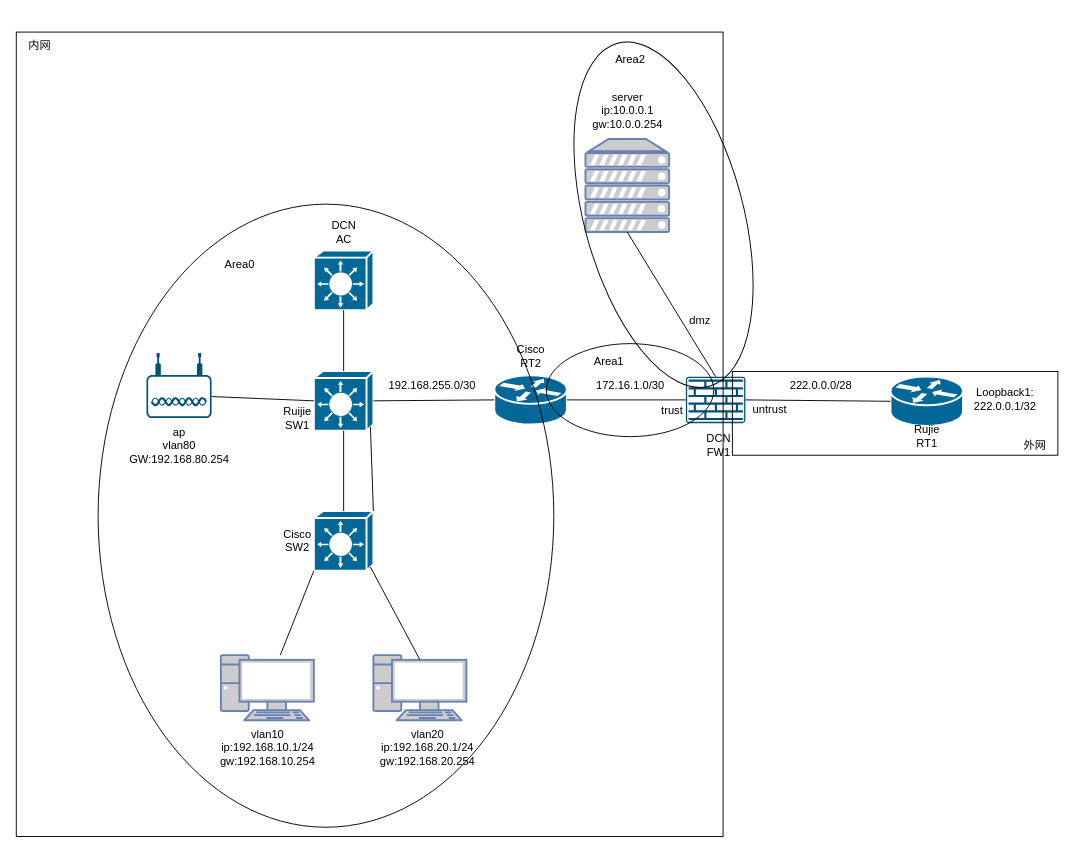
Earlier version of the draw.io diagram Network/top3.drawio (Naruterador/Networkt_topology). Source tidied: cells renumbered, new cells numbered last; positions are measured from the earlier drawing's top-left corner, leaving out a move shared by most shapes. Both pictures are drawn from the tidied source at 93%, with x=0, y=0 at pixel (16, 32).
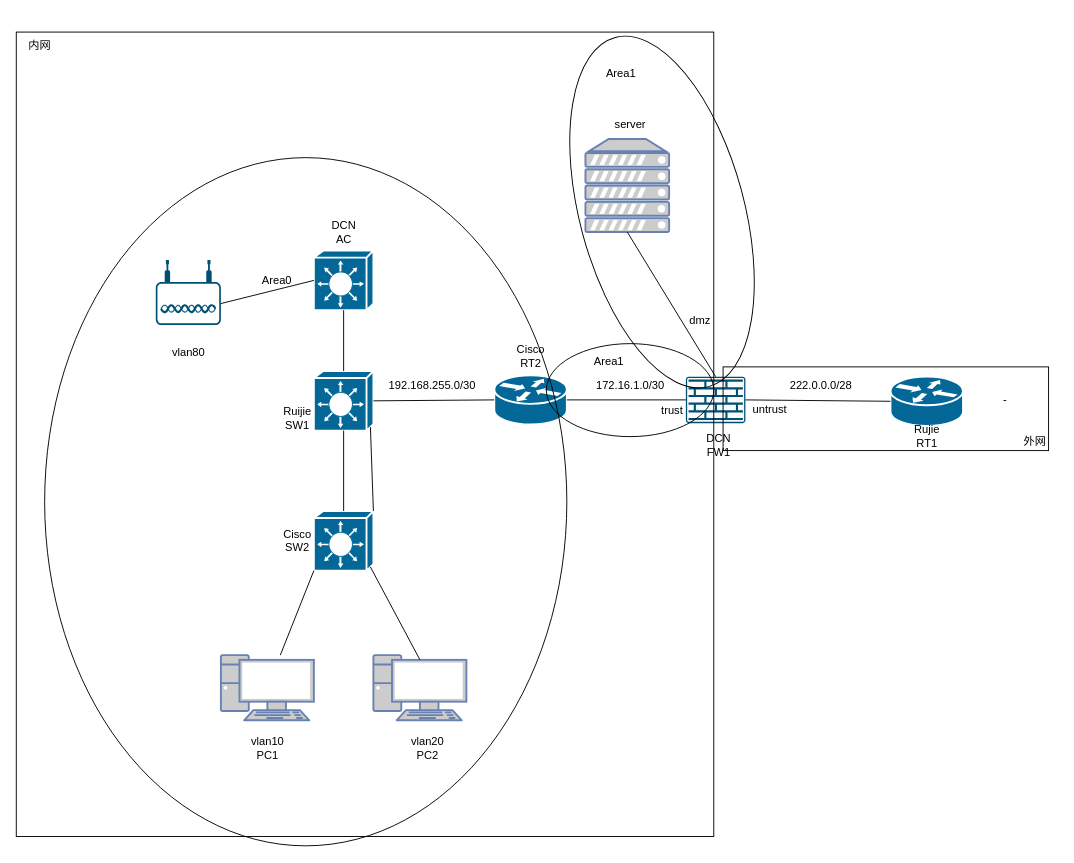
The same diagram, later.

The change refers to these unchanged cells:
```xml
<mxCell id="3" style="shape=mxgraph.cisco.switches.layer_3_switch;sketch=0;html=1;dashed=0;fillColor=#036897;strokeColor=#ffffff;strokeWidth=2;verticalLabelPosition=bottom;verticalAlign=top;align=center;outlineConnect=0;" parent="1" vertex="1">
  <mxGeometry x="320" y="364.5" width="64" height="64" as="geometry" />
</mxCell>
<mxCell id="4" style="shape=mxgraph.cisco.switches.layer_3_switch;sketch=0;html=1;dashed=0;fillColor=#036897;strokeColor=#ffffff;strokeWidth=2;verticalLabelPosition=bottom;verticalAlign=top;align=center;outlineConnect=0;" parent="1" vertex="1">
  <mxGeometry x="320" y="515" width="64" height="64" as="geometry" />
</mxCell>
<mxCell id="6" style="shape=mxgraph.cisco.switches.layer_3_switch;sketch=0;html=1;dashed=0;fillColor=#036897;strokeColor=#ffffff;strokeWidth=2;verticalLabelPosition=bottom;verticalAlign=top;align=center;outlineConnect=0;" parent="1" vertex="1">
  <mxGeometry x="320" y="235" width="64" height="64" as="geometry" />
</mxCell>
<mxCell id="9" style="fontColor=#0066CC;verticalAlign=top;verticalLabelPosition=bottom;labelPosition=center;align=center;html=1;outlineConnect=0;fillColor=#CCCCCC;strokeColor=#6881B3;gradientColor=none;gradientDirection=north;strokeWidth=2;shape=mxgraph.networks.pc;" parent="1" vertex="1">
  <mxGeometry x="384" y="670" width="100" height="70" as="geometry" />
</mxCell>
```

What changed in the source:
```diff
@@
     <mxCell id="7" style="points=[[0.03,0.36,0],[0.18,0,0],[0.5,0.34,0],[0.82,0,0],[0.97,0.36,0],[1,0.67,0],[0.975,0.975,0],[0.5,1,0],[0.025,0.975,0],[0,0.67,0]];verticalLabelPosition=bottom;sketch=0;html=1;verticalAlign=top;align=center;shape=mxgraph.cisco19.wireless_access_point;fillColor=#005073;strokeColor=none;" parent="1" vertex="1">
-      <mxGeometry x="140" y="345" width="70" height="70" as="geometry" />
+      <mxGeometry x="150" y="245" width="70" height="70" as="geometry" />
     </mxCell>
@@
-    <mxCell id="18" style="endArrow=none;html=1;rounded=0;entryX=0.95;entryY=0.94;entryDx=0;entryDy=0;entryPerimeter=0;exitX=0.5;exitY=0.07;exitDx=0;exitDy=0;exitPerimeter=0;" parent="1" edge="1" source="9" target="4">
-      <mxGeometry relative="1" as="geometry" />
-    </mxCell>
@@
-    <mxCell id="20" style="endArrow=none;html=1;rounded=0;entryX=1;entryY=0.67;entryDx=0;entryDy=0;entryPerimeter=0;exitX=0;exitY=0.5;exitDx=0;exitDy=0;exitPerimeter=0;" parent="1" edge="1" source="3" target="7">
-      <mxGeometry relative="1" as="geometry" />
-    </mxCell>
@@
-    <mxCell id="27" value="server&lt;br&gt;ip:10.0.0.1&lt;br&gt;gw:10.0.0.254" style="text;html=1;align=center;verticalAlign=middle;strokeColor=none;fillColor=none;" parent="1" vertex="1">
-      <mxGeometry x="607" y="55" width="100" height="60" as="geometry" />
+    <mxCell id="27" value="server" style="text;html=1;align=center;verticalAlign=middle;strokeColor=none;fillColor=none;" parent="1" vertex="1">
+      <mxGeometry x="630" y="85" width="60" height="30" as="geometry" />
     </mxCell>
-    <mxCell id="28" value="vlan10&lt;br&gt;ip:192.168.10.1/24&lt;br&gt;gw:192.168.10.254" style="text;html=1;align=center;verticalAlign=middle;strokeColor=none;fillColor=none;" parent="1" vertex="1">
-      <mxGeometry x="205" y="740" width="130" height="60" as="geometry" />
+    <mxCell id="28" value="vlan10&lt;br&gt;PC1" style="text;html=1;align=center;verticalAlign=middle;strokeColor=none;fillColor=none;" parent="1" vertex="1">
+      <mxGeometry x="240" y="750" width="60" height="40" as="geometry" />
     </mxCell>
-    <mxCell id="29" value="vlan20&lt;br&gt;ip:192.168.20.1/24&lt;br&gt;gw:192.168.20.254" style="text;html=1;align=center;verticalAlign=middle;strokeColor=none;fillColor=none;" parent="1" vertex="1">
-      <mxGeometry x="377" y="740" width="130" height="60" as="geometry" />
+    <mxCell id="29" value="vlan20&lt;br&gt;PC2" style="text;html=1;align=center;verticalAlign=middle;strokeColor=none;fillColor=none;" parent="1" vertex="1">
+      <mxGeometry x="412" y="750" width="60" height="40" as="geometry" />
     </mxCell>
-    <mxCell id="30" value="Loopback1:&lt;br&gt;222.0.0.1/32" style="text;html=1;align=center;verticalAlign=middle;strokeColor=none;fillColor=none;" parent="1" vertex="1">
-      <mxGeometry x="1018" y="375" width="90" height="40" as="geometry" />
+    <mxCell id="30" value="-" style="text;html=1;align=center;verticalAlign=middle;strokeColor=none;fillColor=none;" parent="1" vertex="1">
+      <mxGeometry x="1048" y="380" width="30" height="30" as="geometry" />
     </mxCell>
@@
-    <mxCell id="33" value="ap&lt;br&gt;vlan80&lt;br&gt;GW:192.168.80.254" style="text;html=1;align=center;verticalAlign=middle;strokeColor=none;fillColor=none;" parent="1" vertex="1">
-      <mxGeometry x="110" y="415" width="130" height="60" as="geometry" />
+    <mxCell id="33" value="vlan80" style="text;html=1;align=center;verticalAlign=middle;strokeColor=none;fillColor=none;" parent="1" vertex="1">
+      <mxGeometry x="155" y="330" width="60" height="30" as="geometry" />
     </mxCell>
@@
-    <mxCell id="35" style="ellipse;whiteSpace=wrap;html=1;fillColor=none;" parent="1" vertex="1">
-      <mxGeometry x="88" y="185" width="490" height="670" as="geometry" />
-    </mxCell>
     <mxCell id="36" value="Area0" style="text;html=1;align=center;verticalAlign=middle;strokeColor=none;fillColor=none;" parent="1" vertex="1">
-      <mxGeometry x="210" y="235" width="60" height="30" as="geometry" />
+      <mxGeometry x="250" y="252" width="60" height="30" as="geometry" />
     </mxCell>
@@
     <mxCell id="39" style="ellipse;whiteSpace=wrap;html=1;fillColor=none;direction=south;rotation=75;" parent="1" vertex="1">
-      <mxGeometry x="505.1" y="110.8" width="381.7" height="171.2" as="geometry" />
+      <mxGeometry x="500" y="105" width="388.7" height="177" as="geometry" />
     </mxCell>
-    <mxCell id="40" value="Area2" style="text;html=1;align=center;verticalAlign=middle;strokeColor=none;fillColor=none;" parent="1" vertex="1">
-      <mxGeometry x="630" y="15" width="60" height="30" as="geometry" />
+    <mxCell id="40" value="Area1" style="text;html=1;align=center;verticalAlign=middle;strokeColor=none;fillColor=none;" parent="1" vertex="1">
+      <mxGeometry x="620" y="30" width="60" height="30" as="geometry" />
     </mxCell>
@@
     <mxCell id="42" style="rounded=0;whiteSpace=wrap;html=1;fillColor=none;" parent="1" vertex="1">
-      <mxGeometry width="760" height="865" as="geometry" />
+      <mxGeometry width="750" height="865" as="geometry" />
     </mxCell>
@@
     <mxCell id="44" style="whiteSpace=wrap;html=1;fillColor=none;" parent="1" vertex="1">
-      <mxGeometry x="770" y="365" width="350" height="90" as="geometry" />
+      <mxGeometry x="760" y="360" width="350" height="90" as="geometry" />
     </mxCell>
     <mxCell id="45" value="外网" style="text;html=1;align=center;verticalAlign=middle;strokeColor=none;fillColor=none;" parent="1" vertex="1">
-      <mxGeometry x="1070" y="430" width="50" height="30" as="geometry" />
+      <mxGeometry x="1070" y="425" width="50" height="30" as="geometry" />
     </mxCell>
@@
+    <mxCell id="49" style="endArrow=none;html=1;rounded=0;entryX=0;entryY=0.5;entryDx=0;entryDy=0;entryPerimeter=0;exitX=1;exitY=0.67;exitDx=0;exitDy=0;exitPerimeter=0;" parent="1" edge="1" source="7" target="6">
+      <mxGeometry relative="1" as="geometry" />
+    </mxCell>
+    <mxCell id="35" style="ellipse;whiteSpace=wrap;html=1;fillColor=none;" parent="1" vertex="1">
+      <mxGeometry x="30.5" y="135" width="561.5" height="740" as="geometry" />
+    </mxCell>
+    <mxCell id="50" style="endArrow=none;html=1;rounded=0;exitX=0.95;exitY=0.94;exitDx=0;exitDy=0;exitPerimeter=0;entryX=0.5;entryY=0.07;entryDx=0;entryDy=0;entryPerimeter=0;" parent="1" edge="1" source="4" target="9">
+      <mxGeometry relative="1" as="geometry" />
+    </mxCell>
```
